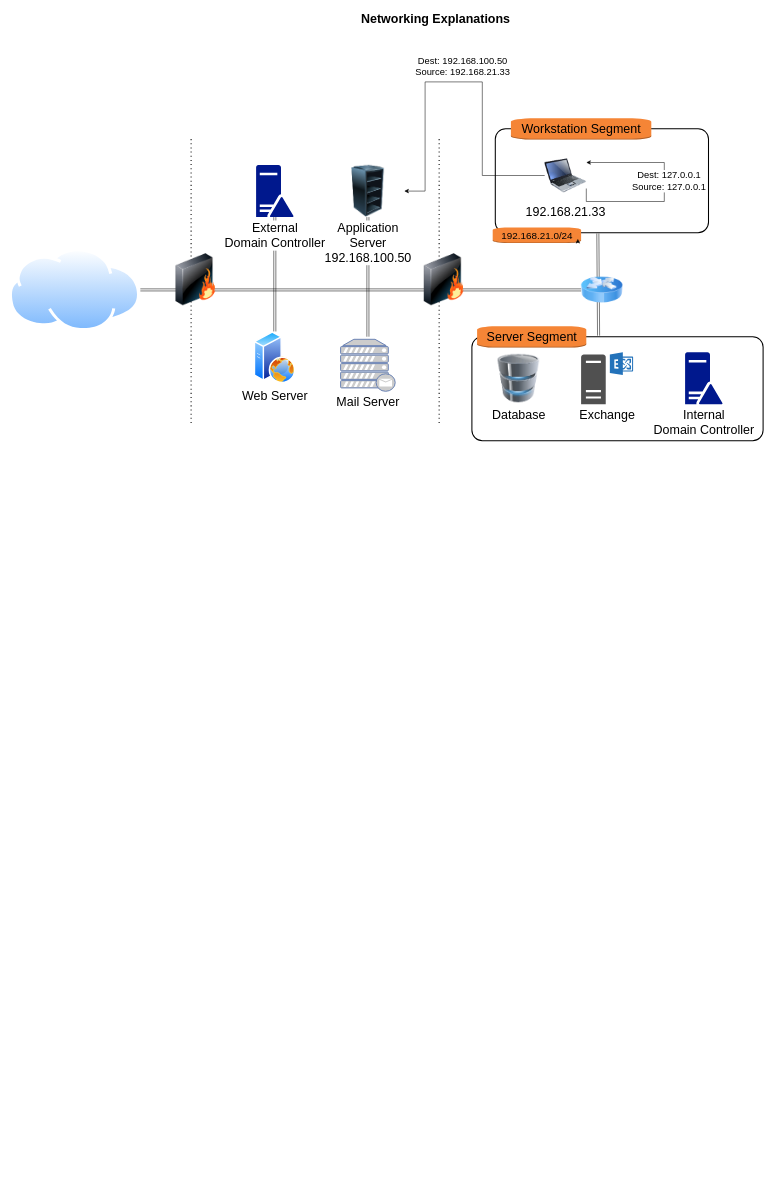
hypercoyote/tdx keeps this draw.io diagram as GEN_Networking_Explanation.drawio. Above is the earlier version. Source tidied: cells renumbered, new cells numbered last; positions are measured from the earlier drawing's top-left corner, leaving out a move shared by most shapes. Both pictures are drawn from the tidied source at 52%, with x=0, y=0 at pixel (9, 9).
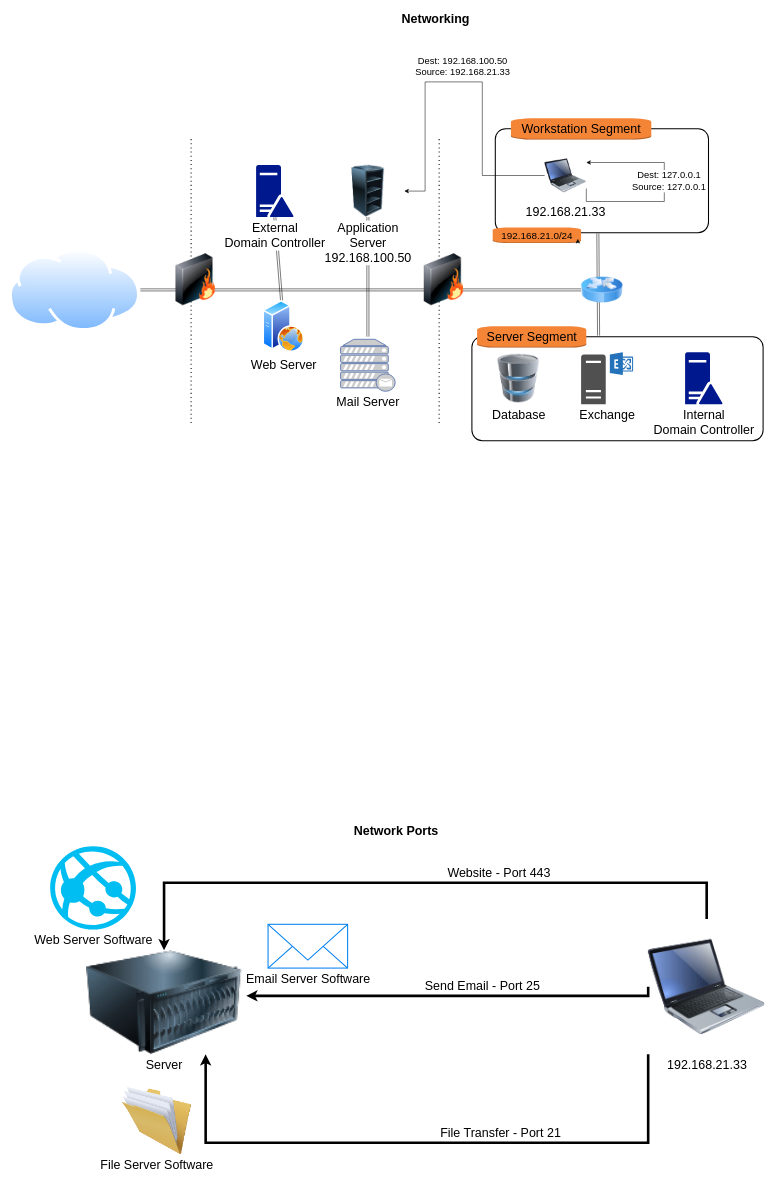
The same diagram, later.

Diff of the diagram source:
```diff
@@
-    <mxCell id="10" value="Networking Explanations" style="text;strokeColor=none;fillColor=none;html=1;fontSize=24;fontStyle=1;verticalAlign=middle;align=center;fontColor=default;labelBackgroundColor=none;" parent="1" vertex="1">
+    <mxCell id="10" value="Networking" style="text;strokeColor=none;fillColor=none;html=1;fontSize=24;fontStyle=1;verticalAlign=middle;align=center;fontColor=default;labelBackgroundColor=none;" parent="1" vertex="1">
       <mxGeometry x="389" width="861" height="40" as="geometry" />
     </mxCell>
@@
     <mxCell id="14" value="Web Server" style="image;perimeter=ellipsePerimeter;html=1;align=center;shadow=0;dashed=0;spacingTop=3;image=img/lib/active_directory/web_server.svg;fontSize=24;fontColor=default;labelBackgroundColor=default;" parent="1" vertex="1">
-      <mxGeometry x="463" y="620" width="96" height="100" as="geometry" />
+      <mxGeometry x="480" y="560" width="96" height="100" as="geometry" />
     </mxCell>
@@
+    <mxCell id="31" value="192.168.21.33" style="image;html=1;image=img/lib/clip_art/computers/Laptop_128x128.png;fontSize=24;labelBackgroundColor=none;" parent="1" vertex="1">
+      <mxGeometry x="1229" y="1750" width="225" height="260" as="geometry" />
+    </mxCell>
+    <mxCell id="32" style="edgeStyle=orthogonalEdgeStyle;rounded=0;jettySize=auto;html=1;entryX=0.5;entryY=0;entryDx=0;entryDy=0;fontSize=24;endArrow=none;endFill=0;startArrow=classic;startFill=1;strokeWidth=5;" parent="1" edge="1" source="34" target="31">
+      <mxGeometry relative="1" as="geometry">
+        <Array as="points">
+          <mxPoint x="298" y="1680" />
+          <mxPoint x="1342" y="1680" />
+        </Array>
+      </mxGeometry>
+    </mxCell>
+    <mxCell id="33" value="Website - Port 443" style="edgeLabel;html=1;align=center;verticalAlign=middle;fontSize=24;" parent="32" vertex="1">
+      <mxGeometry x="0.41" y="1" relative="1" as="geometry">
+        <mxPoint x="-104" y="-19" as="offset" />
+      </mxGeometry>
+    </mxCell>
+    <mxCell id="34" value="Server" style="image;html=1;image=img/lib/clip_art/computers/Server_128x128.png;fontSize=24;" parent="1" vertex="1">
+      <mxGeometry x="138" y="1810" width="320" height="200" as="geometry" />
+    </mxCell>
+    <mxCell id="35" value="Web Server Software" style="verticalLabelPosition=bottom;html=1;verticalAlign=top;align=center;strokeColor=none;fillColor=#00BEF2;shape=mxgraph.azure.azure_website;fontSize=24;" parent="1" vertex="1">
+      <mxGeometry x="79" y="1610" width="165" height="160" as="geometry" />
+    </mxCell>
+    <mxCell id="36" value="Email Server Software" style="html=1;verticalLabelPosition=bottom;align=center;labelBackgroundColor=#ffffff;verticalAlign=top;strokeWidth=2;strokeColor=#0080F0;shadow=0;dashed=0;shape=mxgraph.ios7.icons.mail;fontSize=24;" parent="1" vertex="1">
+      <mxGeometry x="498" y="1760" width="153" height="84.2" as="geometry" />
+    </mxCell>
+    <mxCell id="37" style="edgeStyle=orthogonalEdgeStyle;rounded=0;jettySize=auto;html=1;entryX=0;entryY=0.5;entryDx=0;entryDy=0;fontSize=24;exitX=0.994;exitY=0.438;exitDx=0;exitDy=0;exitPerimeter=0;endArrow=none;endFill=0;startArrow=classic;startFill=1;strokeWidth=5;" parent="1" edge="1" source="34" target="31">
+      <mxGeometry relative="1" as="geometry">
+        <Array as="points">
+          <mxPoint x="1229" y="1898" />
+        </Array>
+      </mxGeometry>
+    </mxCell>
+    <mxCell id="38" value="Send Email - Port 25" style="edgeLabel;html=1;align=center;verticalAlign=middle;fontSize=24;" parent="37" vertex="1">
+      <mxGeometry x="0.41" y="1" relative="1" as="geometry">
+        <mxPoint x="-104" y="-19" as="offset" />
+      </mxGeometry>
+    </mxCell>
+    <mxCell id="39" style="edgeStyle=orthogonalEdgeStyle;rounded=0;jettySize=auto;html=1;entryX=0;entryY=1;entryDx=0;entryDy=0;fontSize=24;exitX=0.75;exitY=1;exitDx=0;exitDy=0;endArrow=none;endFill=0;startArrow=classic;startFill=1;strokeWidth=5;" parent="1" edge="1" source="34" target="31">
+      <mxGeometry relative="1" as="geometry">
+        <Array as="points">
+          <mxPoint x="378" y="2180" />
+          <mxPoint x="1229" y="2180" />
+        </Array>
+      </mxGeometry>
+    </mxCell>
+    <mxCell id="40" value="File Transfer - Port 21" style="edgeLabel;html=1;align=center;verticalAlign=middle;fontSize=24;" parent="39" vertex="1">
+      <mxGeometry x="0.41" y="1" relative="1" as="geometry">
+        <mxPoint x="-104" y="-19" as="offset" />
+      </mxGeometry>
+    </mxCell>
+    <mxCell id="41" value="File Server Software" style="image;html=1;image=img/lib/clip_art/general/Full_Folder_128x128.png;fontSize=24;" parent="1" vertex="1">
+      <mxGeometry x="209" y="2073" width="150" height="130" as="geometry" />
+    </mxCell>
+    <mxCell id="42" value="Network Ports" style="text;strokeColor=none;fillColor=none;html=1;fontSize=24;fontStyle=1;verticalAlign=middle;align=center;fontColor=default;labelBackgroundColor=none;" parent="1" vertex="1">
+      <mxGeometry x="313" y="1560" width="861" height="40" as="geometry" />
+    </mxCell>
```
